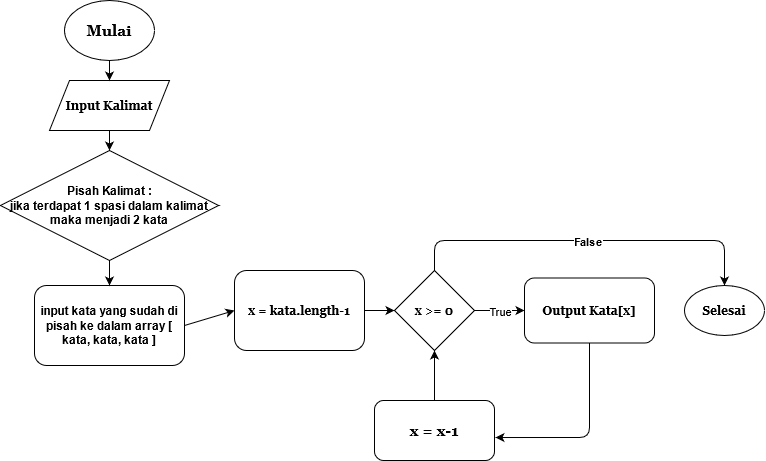
This is tugas1/flowchart_reverse_word.png from farizian/week6, a draw.io export, as it was before one commit. Source tidied: cells renumbered, new cells last; positions are measured from the earlier drawing's top-left corner, leaving out a move shared by most shapes. Source of this version:
```xml
<mxGraphModel>
  <root>
    <mxCell id="0" />
    <mxCell id="1" parent="0" />
    <mxCell id="2" value="&lt;b&gt;&lt;font face=&quot;Georgia&quot;&gt;&lt;span&gt;x &amp;gt;= 0&lt;br&gt;&lt;/span&gt;&lt;/font&gt;&lt;/b&gt;" style="rhombus;whiteSpace=wrap;html=1;fontStyle=1;" parent="1" vertex="1">
      <mxGeometry x="394" y="270" width="80" height="80" as="geometry" />
    </mxCell>
    <mxCell id="3" value="&lt;font style=&quot;font-size: 15px&quot; face=&quot;Georgia&quot;&gt;&lt;b&gt;Mulai&lt;/b&gt;&lt;/font&gt;" style="ellipse;whiteSpace=wrap;html=1;" parent="1" vertex="1">
      <mxGeometry x="64" width="90" height="60" as="geometry" />
    </mxCell>
    <mxCell id="4" value="Input Kalimat" style="shape=parallelogram;perimeter=parallelogramPerimeter;whiteSpace=wrap;html=1;fixedSize=1;fontFamily=Georgia;fontSize=12;fontStyle=1;" parent="1" vertex="1">
      <mxGeometry x="49" y="80" width="120" height="50" as="geometry" />
    </mxCell>
    <mxCell id="5" value="x = kata.length-1" style="rounded=1;whiteSpace=wrap;html=1;fontFamily=Georgia;fontSize=12;fontStyle=1;" parent="1" vertex="1">
      <mxGeometry x="234" y="270" width="130" height="80" as="geometry" />
    </mxCell>
    <mxCell id="6" style="endArrow=classic;html=1;fontFamily=Georgia;fontSize=15;exitX=1;exitY=0.5;exitDx=0;exitDy=0;entryX=0;entryY=0.5;entryDx=0;entryDy=0;" parent="1" edge="1" source="5" target="2">
      <mxGeometry relative="1" as="geometry" />
    </mxCell>
    <mxCell id="7" style="endArrow=classic;html=1;fontFamily=Georgia;fontSize=15;entryX=0;entryY=0.5;entryDx=0;entryDy=0;exitX=1;exitY=0.5;exitDx=0;exitDy=0;" parent="1" edge="1" source="2" target="9">
      <mxGeometry relative="1" as="geometry" />
    </mxCell>
    <mxCell id="8" value="True" style="edgeLabel;html=1;align=center;verticalAlign=middle;" parent="7" vertex="1">
      <mxGeometry relative="1" as="geometry" />
    </mxCell>
    <mxCell id="9" value="Output Kata[x]" style="rounded=1;whiteSpace=wrap;html=1;fontFamily=Georgia;fontSize=12;fontStyle=1;" parent="1" vertex="1">
      <mxGeometry x="524" y="277.5" width="130" height="65" as="geometry" />
    </mxCell>
    <mxCell id="10" style="endArrow=classic;html=1;fontFamily=Georgia;fontSize=12;exitX=0.5;exitY=0;exitDx=0;exitDy=0;entryX=0.5;entryY=0;entryDx=0;entryDy=0;" parent="1" edge="1" source="2" target="12">
      <mxGeometry relative="1" as="geometry">
        <Array as="points">
          <mxPoint x="434" y="240" />
          <mxPoint x="724" y="240" />
        </Array>
      </mxGeometry>
    </mxCell>
    <mxCell id="11" value="&lt;b&gt;False&lt;/b&gt;" style="edgeLabel;html=1;align=center;verticalAlign=middle;" parent="10" vertex="1">
      <mxGeometry relative="1" as="geometry" />
    </mxCell>
    <mxCell id="12" value="&lt;b&gt;Selesai&lt;/b&gt;" style="ellipse;whiteSpace=wrap;html=1;fontFamily=Georgia;fontSize=12;" parent="1" vertex="1">
      <mxGeometry x="684" y="285" width="80" height="50" as="geometry" />
    </mxCell>
    <mxCell id="13" style="endArrow=classic;html=1;fontFamily=Georgia;fontSize=12;entryX=1.008;entryY=0.617;entryDx=0;entryDy=0;entryPerimeter=0;exitX=0.5;exitY=1;exitDx=0;exitDy=0;" parent="1" edge="1" source="9" target="14">
      <mxGeometry relative="1" as="geometry">
        <Array as="points">
          <mxPoint x="589" y="437" />
        </Array>
      </mxGeometry>
    </mxCell>
    <mxCell id="14" value="&lt;font style=&quot;font-size: 15px&quot;&gt;&lt;b&gt;x = x-1&lt;/b&gt;&lt;/font&gt;" style="rounded=1;whiteSpace=wrap;html=1;fontFamily=Georgia;fontSize=12;" parent="1" vertex="1">
      <mxGeometry x="374" y="400" width="120" height="60" as="geometry" />
    </mxCell>
    <mxCell id="15" style="endArrow=classic;html=1;fontFamily=Georgia;fontSize=12;exitX=0.5;exitY=0;exitDx=0;exitDy=0;entryX=0.5;entryY=1;entryDx=0;entryDy=0;" parent="1" edge="1" source="14" target="2">
      <mxGeometry relative="1" as="geometry" />
    </mxCell>
    <mxCell id="16" value="&lt;div&gt;&lt;b&gt;Pisah Kalimat :&lt;br&gt;&lt;/b&gt;&lt;/div&gt;&lt;div&gt;&lt;b&gt;jika terdapat 1 spasi dalam kalimat maka menjadi 2 kata&lt;br&gt;&lt;/b&gt;&lt;/div&gt;" style="rhombus;whiteSpace=wrap;html=1;" parent="1" vertex="1">
      <mxGeometry x="-0.1" y="150" width="218.1" height="110" as="geometry" />
    </mxCell>
    <mxCell id="17" value="&lt;b&gt;input kata yang sudah di pisah ke dalam array [ kata, kata, kata ]&lt;/b&gt;" style="rounded=1;whiteSpace=wrap;html=1;" parent="1" vertex="1">
      <mxGeometry x="34" y="285" width="150" height="80" as="geometry" />
    </mxCell>
    <mxCell id="18" style="endArrow=classic;html=1;exitX=1;exitY=0.5;exitDx=0;exitDy=0;entryX=0;entryY=0.5;entryDx=0;entryDy=0;" parent="1" edge="1" source="17" target="5">
      <mxGeometry relative="1" as="geometry" />
    </mxCell>
    <mxCell id="19" style="endArrow=classic;html=1;exitX=0.5;exitY=1;exitDx=0;exitDy=0;entryX=0.5;entryY=0;entryDx=0;entryDy=0;" parent="1" edge="1" source="4" target="16">
      <mxGeometry relative="1" as="geometry" />
    </mxCell>
    <mxCell id="20" style="endArrow=classic;html=1;exitX=0.5;exitY=1;exitDx=0;exitDy=0;entryX=0.5;entryY=0;entryDx=0;entryDy=0;" parent="1" edge="1" source="16" target="17">
      <mxGeometry relative="1" as="geometry" />
    </mxCell>
    <mxCell id="21" style="endArrow=classic;html=1;exitX=0.5;exitY=1;exitDx=0;exitDy=0;entryX=0.5;entryY=0;entryDx=0;entryDy=0;" parent="1" edge="1" source="3" target="4">
      <mxGeometry relative="1" as="geometry" />
    </mxCell>
  </root>
</mxGraphModel>
```
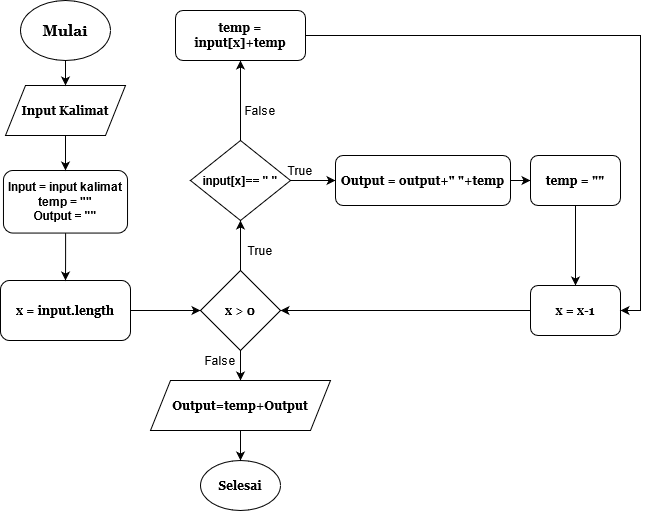
After the commit.

Diff of the diagram source:
```diff
@@ -2,74 +2,92 @@
   <root>
     <mxCell id="0" />
     <mxCell id="1" parent="0" />
+    <mxCell id="22" style="edgeStyle=orthogonalEdgeStyle;rounded=0;jettySize=auto;html=1;entryX=0.5;entryY=1;entryDx=0;entryDy=0;" parent="1" edge="1" source="2" target="27">
+      <mxGeometry relative="1" as="geometry" />
+    </mxCell>
+    <mxCell id="23" style="edgeStyle=orthogonalEdgeStyle;rounded=0;jettySize=auto;html=1;entryX=0.5;entryY=0;entryDx=0;entryDy=0;" parent="1" edge="1" source="2" target="35">
+      <mxGeometry relative="1" as="geometry" />
+    </mxCell>
-    <mxCell id="2" value="&lt;b&gt;&lt;font face=&quot;Georgia&quot;&gt;&lt;span&gt;x &amp;gt;= 0&lt;br&gt;&lt;/span&gt;&lt;/font&gt;&lt;/b&gt;" style="rhombus;whiteSpace=wrap;html=1;fontStyle=1;" parent="1" vertex="1">
-      <mxGeometry x="394" y="270" width="80" height="80" as="geometry" />
+    <mxCell id="2" value="&lt;b&gt;&lt;font face=&quot;Georgia&quot;&gt;&lt;span&gt;x &amp;gt; 0&lt;br&gt;&lt;/span&gt;&lt;/font&gt;&lt;/b&gt;" style="rhombus;whiteSpace=wrap;html=1;fontStyle=1;" parent="1" vertex="1">
+      <mxGeometry x="244" y="270" width="80" height="80" as="geometry" />
     </mxCell>
     <mxCell id="3" value="&lt;font style=&quot;font-size: 15px&quot; face=&quot;Georgia&quot;&gt;&lt;b&gt;Mulai&lt;/b&gt;&lt;/font&gt;" style="ellipse;whiteSpace=wrap;html=1;" parent="1" vertex="1">
       <mxGeometry x="64" width="90" height="60" as="geometry" />
     </mxCell>
     <mxCell id="4" value="Input Kalimat" style="shape=parallelogram;perimeter=parallelogramPerimeter;whiteSpace=wrap;html=1;fixedSize=1;fontFamily=Georgia;fontSize=12;fontStyle=1;" parent="1" vertex="1">
-      <mxGeometry x="49" y="80" width="120" height="50" as="geometry" />
+      <mxGeometry x="49" y="85" width="120" height="50" as="geometry" />
     </mxCell>
-    <mxCell id="5" value="x = kata.length-1" style="rounded=1;whiteSpace=wrap;html=1;fontFamily=Georgia;fontSize=12;fontStyle=1;" parent="1" vertex="1">
-      <mxGeometry x="234" y="270" width="130" height="80" as="geometry" />
+    <mxCell id="5" value="x = input.length" style="rounded=1;whiteSpace=wrap;html=1;fontFamily=Georgia;fontSize=12;fontStyle=1;" parent="1" vertex="1">
+      <mxGeometry x="44" y="280" width="130" height="60" as="geometry" />
     </mxCell>
     <mxCell id="6" style="endArrow=classic;html=1;fontFamily=Georgia;fontSize=15;exitX=1;exitY=0.5;exitDx=0;exitDy=0;entryX=0;entryY=0.5;entryDx=0;entryDy=0;" parent="1" edge="1" source="5" target="2">
       <mxGeometry relative="1" as="geometry" />
     </mxCell>
-    <mxCell id="7" style="endArrow=classic;html=1;fontFamily=Georgia;fontSize=15;entryX=0;entryY=0.5;entryDx=0;entryDy=0;exitX=1;exitY=0.5;exitDx=0;exitDy=0;" parent="1" edge="1" source="2" target="9">
-      <mxGeometry relative="1" as="geometry" />
-    </mxCell>
-    <mxCell id="8" value="True" style="edgeLabel;html=1;align=center;verticalAlign=middle;" parent="7" vertex="1">
-      <mxGeometry relative="1" as="geometry" />
-    </mxCell>
-    <mxCell id="9" value="Output Kata[x]" style="rounded=1;whiteSpace=wrap;html=1;fontFamily=Georgia;fontSize=12;fontStyle=1;" parent="1" vertex="1">
-      <mxGeometry x="524" y="277.5" width="130" height="65" as="geometry" />
-    </mxCell>
-    <mxCell id="10" style="endArrow=classic;html=1;fontFamily=Georgia;fontSize=12;exitX=0.5;exitY=0;exitDx=0;exitDy=0;entryX=0.5;entryY=0;entryDx=0;entryDy=0;" parent="1" edge="1" source="2" target="12">
-      <mxGeometry relative="1" as="geometry">
-        <Array as="points">
-          <mxPoint x="434" y="240" />
-          <mxPoint x="724" y="240" />
-        </Array>
-      </mxGeometry>
-    </mxCell>
-    <mxCell id="11" value="&lt;b&gt;False&lt;/b&gt;" style="edgeLabel;html=1;align=center;verticalAlign=middle;" parent="10" vertex="1">
-      <mxGeometry relative="1" as="geometry" />
-    </mxCell>
     <mxCell id="12" value="&lt;b&gt;Selesai&lt;/b&gt;" style="ellipse;whiteSpace=wrap;html=1;fontFamily=Georgia;fontSize=12;" parent="1" vertex="1">
-      <mxGeometry x="684" y="285" width="80" height="50" as="geometry" />
+      <mxGeometry x="244" y="460" width="80" height="50" as="geometry" />
     </mxCell>
-    <mxCell id="13" style="endArrow=classic;html=1;fontFamily=Georgia;fontSize=12;entryX=1.008;entryY=0.617;entryDx=0;entryDy=0;entryPerimeter=0;exitX=0.5;exitY=1;exitDx=0;exitDy=0;" parent="1" edge="1" source="9" target="14">
-      <mxGeometry relative="1" as="geometry">
-        <Array as="points">
-          <mxPoint x="589" y="437" />
-        </Array>
-      </mxGeometry>
-    </mxCell>
+    <mxCell id="24" style="edgeStyle=orthogonalEdgeStyle;rounded=0;jettySize=auto;html=1;" parent="1" edge="1" source="16" target="5">
+      <mxGeometry relative="1" as="geometry" />
+    </mxCell>
+    <mxCell id="16" value="&lt;div&gt;&lt;b&gt;Input = input kalimat&lt;/b&gt;&lt;/div&gt;&lt;div&gt;&lt;b&gt;temp = &quot;&quot;&lt;/b&gt;&lt;/div&gt;&lt;div&gt;&lt;b&gt;Output = &quot;&quot;&lt;br&gt;&lt;/b&gt;&lt;/div&gt;" style="rounded=1;whiteSpace=wrap;html=1;" parent="1" vertex="1">
+      <mxGeometry x="47" y="170" width="124.1" height="62.6" as="geometry" />
+    </mxCell>
+    <mxCell id="19" style="endArrow=classic;html=1;exitX=0.5;exitY=1;exitDx=0;exitDy=0;entryX=0.5;entryY=0;entryDx=0;entryDy=0;" parent="1" edge="1" source="4" target="16">
+      <mxGeometry relative="1" as="geometry" />
+    </mxCell>
+    <mxCell id="21" style="endArrow=classic;html=1;exitX=0.5;exitY=1;exitDx=0;exitDy=0;entryX=0.5;entryY=0;entryDx=0;entryDy=0;" parent="1" edge="1" source="3" target="4">
+      <mxGeometry relative="1" as="geometry" />
+    </mxCell>
+    <mxCell id="25" style="edgeStyle=orthogonalEdgeStyle;rounded=0;jettySize=auto;html=1;entryX=0;entryY=0.5;entryDx=0;entryDy=0;" parent="1" edge="1" source="27" target="29">
+      <mxGeometry relative="1" as="geometry" />
+    </mxCell>
+    <mxCell id="26" style="edgeStyle=orthogonalEdgeStyle;rounded=0;jettySize=auto;html=1;exitX=0.5;exitY=0;exitDx=0;exitDy=0;entryX=0.5;entryY=1;entryDx=0;entryDy=0;" parent="1" edge="1" source="27" target="33">
+      <mxGeometry relative="1" as="geometry" />
+    </mxCell>
+    <mxCell id="27" value="input[x]== &quot; &quot;" style="rhombus;whiteSpace=wrap;html=1;fontStyle=1;" parent="1" vertex="1">
+      <mxGeometry x="234" y="140" width="100" height="80" as="geometry" />
+    </mxCell>
+    <mxCell id="28" style="edgeStyle=orthogonalEdgeStyle;rounded=0;jettySize=auto;html=1;entryX=0;entryY=0.5;entryDx=0;entryDy=0;" parent="1" edge="1" source="29" target="31">
+      <mxGeometry relative="1" as="geometry" />
+    </mxCell>
+    <mxCell id="29" value="Output = output+&quot; &quot;+temp" style="rounded=1;whiteSpace=wrap;html=1;fontFamily=Georgia;fontSize=12;fontStyle=1;" parent="1" vertex="1">
+      <mxGeometry x="379" y="155" width="175" height="50" as="geometry" />
+    </mxCell>
+    <mxCell id="30" style="edgeStyle=orthogonalEdgeStyle;rounded=0;jettySize=auto;html=1;exitX=0.5;exitY=1;exitDx=0;exitDy=0;entryX=0.5;entryY=0;entryDx=0;entryDy=0;" parent="1" edge="1" source="31" target="14">
+      <mxGeometry relative="1" as="geometry" />
+    </mxCell>
+    <mxCell id="31" value="temp = &quot;&quot;" style="rounded=1;whiteSpace=wrap;html=1;fontFamily=Georgia;fontSize=12;fontStyle=1;" parent="1" vertex="1">
+      <mxGeometry x="574" y="155" width="90" height="50" as="geometry" />
+    </mxCell>
+    <mxCell id="15" style="edgeStyle=orthogonalEdgeStyle;rounded=0;jettySize=auto;html=1;exitX=0;exitY=0.5;exitDx=0;exitDy=0;entryX=1;entryY=0.5;entryDx=0;entryDy=0;" parent="1" edge="1" source="14" target="2">
+      <mxGeometry relative="1" as="geometry" />
+    </mxCell>
-    <mxCell id="14" value="&lt;font style=&quot;font-size: 15px&quot;&gt;&lt;b&gt;x = x-1&lt;/b&gt;&lt;/font&gt;" style="rounded=1;whiteSpace=wrap;html=1;fontFamily=Georgia;fontSize=12;" parent="1" vertex="1">
-      <mxGeometry x="374" y="400" width="120" height="60" as="geometry" />
+    <mxCell id="14" value="x = x-1" style="rounded=1;whiteSpace=wrap;html=1;fontFamily=Georgia;fontSize=12;fontStyle=1;" parent="1" vertex="1">
+      <mxGeometry x="574" y="285" width="90" height="50" as="geometry" />
     </mxCell>
-    <mxCell id="15" style="endArrow=classic;html=1;fontFamily=Georgia;fontSize=12;exitX=0.5;exitY=0;exitDx=0;exitDy=0;entryX=0.5;entryY=1;entryDx=0;entryDy=0;" parent="1" edge="1" source="14" target="2">
-      <mxGeometry relative="1" as="geometry" />
-    </mxCell>
-    <mxCell id="16" value="&lt;div&gt;&lt;b&gt;Pisah Kalimat :&lt;br&gt;&lt;/b&gt;&lt;/div&gt;&lt;div&gt;&lt;b&gt;jika terdapat 1 spasi dalam kalimat maka menjadi 2 kata&lt;br&gt;&lt;/b&gt;&lt;/div&gt;" style="rhombus;whiteSpace=wrap;html=1;" parent="1" vertex="1">
-      <mxGeometry x="-0.1" y="150" width="218.1" height="110" as="geometry" />
-    </mxCell>
-    <mxCell id="17" value="&lt;b&gt;input kata yang sudah di pisah ke dalam array [ kata, kata, kata ]&lt;/b&gt;" style="rounded=1;whiteSpace=wrap;html=1;" parent="1" vertex="1">
-      <mxGeometry x="34" y="285" width="150" height="80" as="geometry" />
-    </mxCell>
-    <mxCell id="18" style="endArrow=classic;html=1;exitX=1;exitY=0.5;exitDx=0;exitDy=0;entryX=0;entryY=0.5;entryDx=0;entryDy=0;" parent="1" edge="1" source="17" target="5">
-      <mxGeometry relative="1" as="geometry" />
-    </mxCell>
-    <mxCell id="19" style="endArrow=classic;html=1;exitX=0.5;exitY=1;exitDx=0;exitDy=0;entryX=0.5;entryY=0;entryDx=0;entryDy=0;" parent="1" edge="1" source="4" target="16">
-      <mxGeometry relative="1" as="geometry" />
-    </mxCell>
-    <mxCell id="20" style="endArrow=classic;html=1;exitX=0.5;exitY=1;exitDx=0;exitDy=0;entryX=0.5;entryY=0;entryDx=0;entryDy=0;" parent="1" edge="1" source="16" target="17">
-      <mxGeometry relative="1" as="geometry" />
-    </mxCell>
-    <mxCell id="21" style="endArrow=classic;html=1;exitX=0.5;exitY=1;exitDx=0;exitDy=0;entryX=0.5;entryY=0;entryDx=0;entryDy=0;" parent="1" edge="1" source="3" target="4">
-      <mxGeometry relative="1" as="geometry" />
-    </mxCell>
+    <mxCell id="32" style="edgeStyle=orthogonalEdgeStyle;rounded=0;jettySize=auto;html=1;entryX=1;entryY=0.5;entryDx=0;entryDy=0;" parent="1" edge="1" source="33" target="14">
+      <mxGeometry relative="1" as="geometry" />
+    </mxCell>
+    <mxCell id="33" value="temp = input[x]+temp" style="rounded=1;whiteSpace=wrap;html=1;fontFamily=Georgia;fontSize=12;fontStyle=1;" parent="1" vertex="1">
+      <mxGeometry x="219" y="10" width="130" height="50" as="geometry" />
+    </mxCell>
+    <mxCell id="34" style="edgeStyle=orthogonalEdgeStyle;rounded=0;jettySize=auto;html=1;" parent="1" edge="1" source="35" target="12">
+      <mxGeometry relative="1" as="geometry" />
+    </mxCell>
+    <mxCell id="35" value="Output=temp+Output" style="shape=parallelogram;perimeter=parallelogramPerimeter;whiteSpace=wrap;html=1;fixedSize=1;fontFamily=Georgia;fontSize=12;fontStyle=1;" parent="1" vertex="1">
+      <mxGeometry x="194" y="380" width="180" height="50" as="geometry" />
+    </mxCell>
+    <mxCell id="36" value="False" style="text;html=1;strokeColor=none;fillColor=none;align=center;verticalAlign=middle;whiteSpace=wrap;rounded=0;" parent="1" vertex="1">
+      <mxGeometry x="284" y="100" width="40" height="20" as="geometry" />
+    </mxCell>
+    <mxCell id="37" value="True" style="text;html=1;strokeColor=none;fillColor=none;align=center;verticalAlign=middle;whiteSpace=wrap;rounded=0;" parent="1" vertex="1">
+      <mxGeometry x="324" y="160" width="40" height="20" as="geometry" />
+    </mxCell>
+    <mxCell id="38" value="True" style="text;html=1;strokeColor=none;fillColor=none;align=center;verticalAlign=middle;whiteSpace=wrap;rounded=0;" parent="1" vertex="1">
+      <mxGeometry x="284" y="240" width="40" height="20" as="geometry" />
+    </mxCell>
+    <mxCell id="39" value="False" style="text;html=1;strokeColor=none;fillColor=none;align=center;verticalAlign=middle;whiteSpace=wrap;rounded=0;" parent="1" vertex="1">
+      <mxGeometry x="244" y="350" width="40" height="20" as="geometry" />
+    </mxCell>
   </root>
 </mxGraphModel>
```
